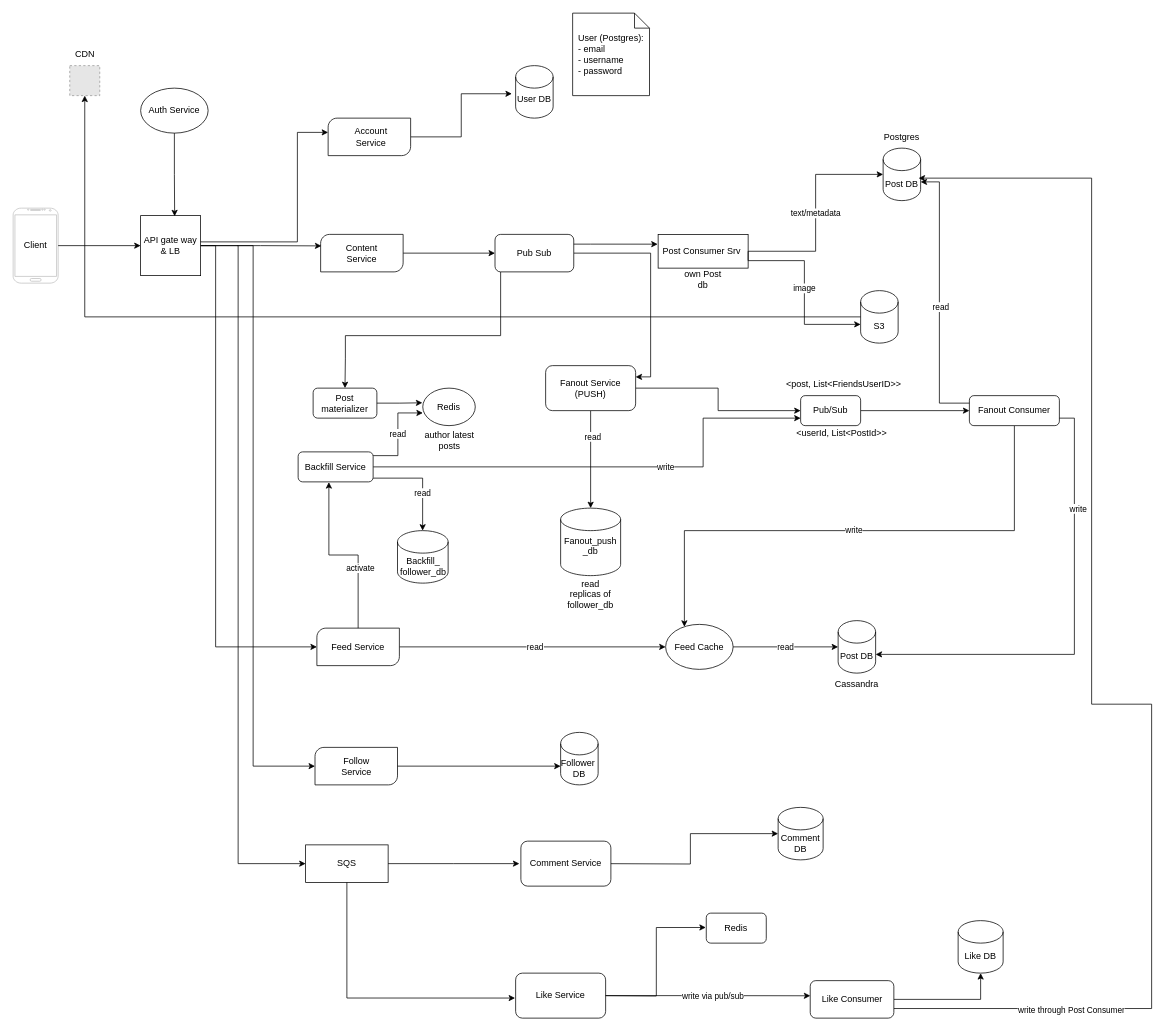
hohoho1886/Instagram keeps this draw.io diagram as page "High Level Architecture" (1 of 2) of server/diagram/insta.drawio. Above is the earlier version. Source tidied: cells renumbered, new cells numbered last; positions are measured from the earlier drawing's top-left corner, leaving out a move shared by most shapes. Both pictures are drawn from the tidied source at 75%, with x=0, y=0 at pixel (13, 13). Pictures stored in the file or linked from it are replaced by grey dashed boxes.
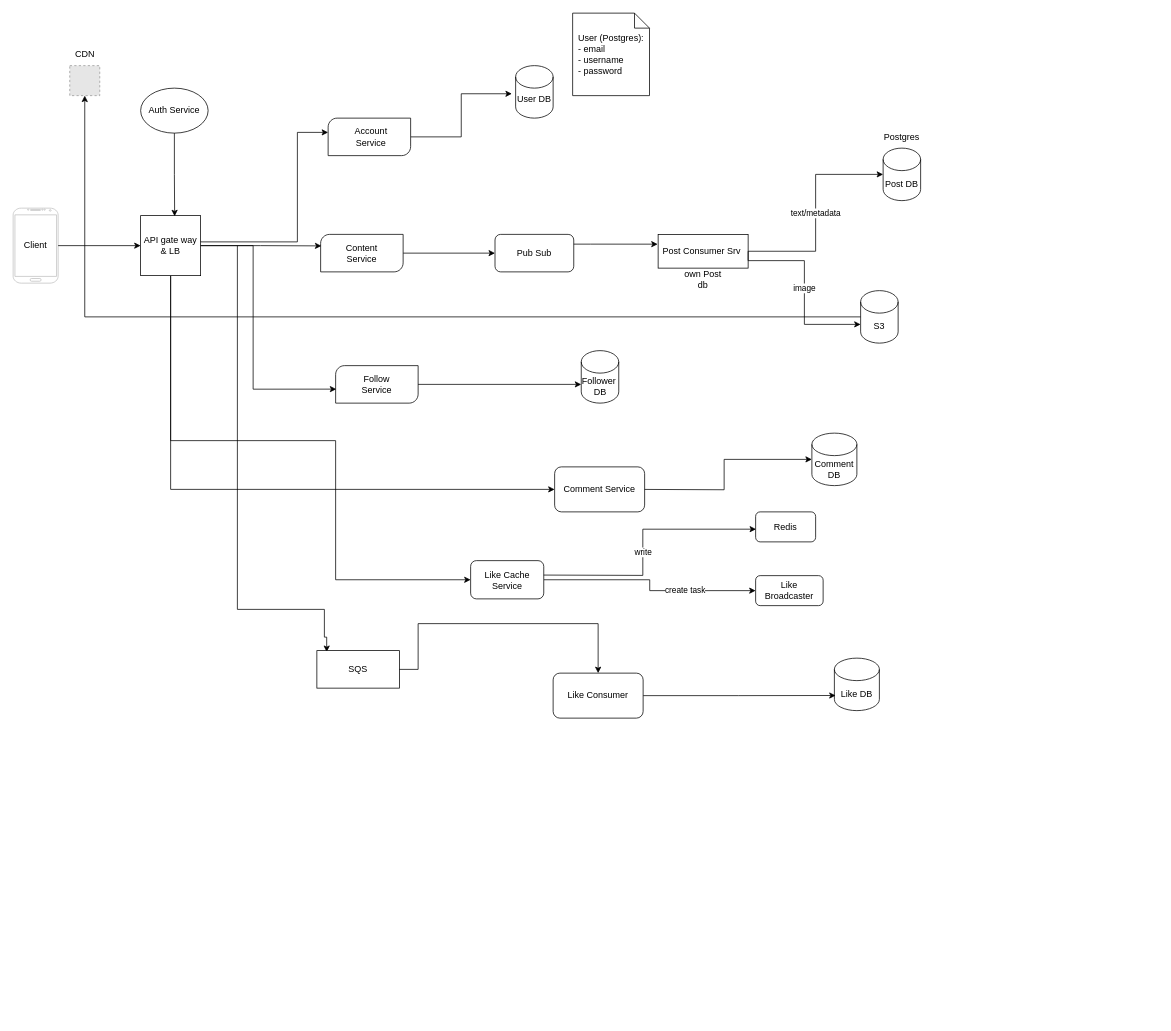
After the change.

The change refers to these unchanged cells:
```xml
<mxCell id="18" value="Post DB" style="shape=cylinder3;whiteSpace=wrap;html=1;boundedLbl=1;backgroundOutline=1;size=15;" parent="1" vertex="1">
  <mxGeometry x="1160" y="180" width="50" height="70" as="geometry" />
</mxCell>
<mxCell id="22" style="rounded=1;whiteSpace=wrap;html=1;labelPosition=center;verticalLabelPosition=bottom;align=center;verticalAlign=top;" parent="1" vertex="1">
  <mxGeometry x="642.5" y="295" width="105" height="50" as="geometry" />
</mxCell>
<mxCell id="65" value="API gate way &amp;amp; LB" style="whiteSpace=wrap;html=1;" parent="1" vertex="1">
  <mxGeometry x="170" y="270" width="80" height="80" as="geometry" />
</mxCell>
```

What changed in the source:
```diff
@@
-<mxGraphModel background="#ffffff">
+<mxGraphModel>
@@
-    <mxCell id="4" style="edgeStyle=orthogonalEdgeStyle;rounded=0;jettySize=auto;html=1;entryX=0;entryY=0.5;entryDx=0;entryDy=0;" parent="1" edge="1" target="33">
+    <mxCell id="4" style="edgeStyle=orthogonalEdgeStyle;rounded=0;jettySize=auto;html=1;entryX=0.119;entryY=0.036;entryDx=0;entryDy=0;entryPerimeter=0;" parent="1" edge="1" target="33">
       <mxGeometry relative="1" as="geometry">
         <mxPoint x="299" y="310" as="sourcePoint" />
         <Array as="points">
-          <mxPoint x="300" y="310" />
-          <mxPoint x="300" y="1134" />
+          <mxPoint x="299" y="795" />
+          <mxPoint x="415" y="795" />
+          <mxPoint x="415" y="832" />
         </Array>
       </mxGeometry>
     </mxCell>
@@
-    <mxCell id="8" value="r&lt;span style=&quot;background-color: light-dark(#ffffff, var(--ge-dark-color, #121212)); color: light-dark(rgb(0, 0, 0), rgb(255, 255, 255));&quot;&gt;ead&lt;/span&gt;" style="edgeStyle=orthogonalEdgeStyle;rounded=0;jettySize=auto;html=1;exitX=1;exitY=0.5;exitDx=0;exitDy=0;exitPerimeter=0;entryX=0;entryY=0.5;entryDx=0;entryDy=0;" parent="1" edge="1" source="9" target="36">
-      <mxGeometry x="0.02" relative="1" as="geometry" />
-    </mxCell>
-    <mxCell id="9" value="Feed Service" style="verticalLabelPosition=middle;verticalAlign=middle;html=1;shape=mxgraph.basic.diag_round_rect;dx=6;whiteSpace=wrap;labelPosition=center;align=center;" parent="1" vertex="1">
-      <mxGeometry x="405" y="820" width="110" height="50" as="geometry" />
-    </mxCell>
@@
     <mxCell id="12" style="verticalLabelPosition=bottom;verticalAlign=top;html=1;shape=mxgraph.basic.diag_round_rect;dx=6;whiteSpace=wrap;" parent="1" vertex="1">
-      <mxGeometry x="402.5" y="979" width="110" height="50" as="geometry" />
+      <mxGeometry x="430" y="470" width="110" height="50" as="geometry" />
     </mxCell>
@@
     <mxCell id="15" value="Follow Service" style="text;html=1;whiteSpace=wrap;strokeColor=none;fillColor=none;align=center;verticalAlign=middle;rounded=0;" parent="1" vertex="1">
-      <mxGeometry x="427.5" y="989" width="60" height="30" as="geometry" />
+      <mxGeometry x="455" y="480" width="60" height="30" as="geometry" />
     </mxCell>
@@
-    <mxCell id="20" style="edgeStyle=orthogonalEdgeStyle;rounded=0;jettySize=auto;html=1;exitX=1;exitY=0.5;exitDx=0;exitDy=0;entryX=1;entryY=0.25;entryDx=0;entryDy=0;" parent="1" edge="1" source="22" target="40">
-      <mxGeometry relative="1" as="geometry" />
-    </mxCell>
-    <mxCell id="21" style="edgeStyle=orthogonalEdgeStyle;rounded=0;jettySize=auto;html=1;entryX=0.5;entryY=0;entryDx=0;entryDy=0;" parent="1" edge="1" source="22" target="53">
-      <mxGeometry relative="1" as="geometry">
-        <Array as="points">
-          <mxPoint x="650" y="430" />
-          <mxPoint x="443" y="430" />
-          <mxPoint x="443" y="460" />
-        </Array>
-      </mxGeometry>
-    </mxCell>
@@
     <mxCell id="28" value="Follower&amp;nbsp;&lt;div&gt;&lt;span style=&quot;background-color: transparent; color: light-dark(rgb(0, 0, 0), rgb(255, 255, 255));&quot;&gt;DB&lt;/span&gt;&lt;/div&gt;" style="shape=cylinder3;whiteSpace=wrap;html=1;boundedLbl=1;backgroundOutline=1;size=15;" parent="1" vertex="1">
-      <mxGeometry x="730" y="959" width="50" height="70" as="geometry" />
+      <mxGeometry x="757.5" y="450" width="50" height="70" as="geometry" />
     </mxCell>
@@
     <mxCell id="30" value="Comment&lt;div&gt;DB&lt;/div&gt;" style="shape=cylinder3;whiteSpace=wrap;html=1;boundedLbl=1;backgroundOutline=1;size=15;" parent="1" vertex="1">
-      <mxGeometry x="1020" y="1059" width="60" height="70" as="geometry" />
+      <mxGeometry x="1065" y="560" width="60" height="70" as="geometry" />
     </mxCell>
     <mxCell id="31" value="Like DB" style="shape=cylinder3;whiteSpace=wrap;html=1;boundedLbl=1;backgroundOutline=1;size=15;" parent="1" vertex="1">
-      <mxGeometry x="1260" y="1210" width="60" height="70" as="geometry" />
+      <mxGeometry x="1095" y="860" width="60" height="70" as="geometry" />
     </mxCell>
     <mxCell id="32" style="edgeStyle=orthogonalEdgeStyle;rounded=0;jettySize=auto;html=1;entryX=0;entryY=0.5;entryDx=0;entryDy=0;entryPerimeter=0;exitX=1;exitY=0.5;exitDx=0;exitDy=0;exitPerimeter=0;" parent="1" edge="1" target="30">
       <mxGeometry relative="1" as="geometry">
-        <mxPoint x="785" y="1134" as="sourcePoint" />
+        <mxPoint x="830" y="635" as="sourcePoint" />
       </mxGeometry>
     </mxCell>
     <mxCell id="33" value="SQS" style="rounded=0;whiteSpace=wrap;html=1;" parent="1" vertex="1">
-      <mxGeometry x="390" y="1109" width="110" height="50" as="geometry" />
+      <mxGeometry x="405" y="850" width="110" height="50" as="geometry" />
     </mxCell>
-    <mxCell id="34" style="edgeStyle=orthogonalEdgeStyle;rounded=0;jettySize=auto;html=1;exitX=1;exitY=0.5;exitDx=0;exitDy=0;entryX=0;entryY=0.5;entryDx=0;entryDy=0;entryPerimeter=0;" parent="1" edge="1" source="33">
-      <mxGeometry relative="1" as="geometry">
-        <mxPoint x="675" y="1134" as="targetPoint" />
-      </mxGeometry>
-    </mxCell>
-    <mxCell id="35" value="Post DB" style="shape=cylinder3;whiteSpace=wrap;html=1;boundedLbl=1;backgroundOutline=1;size=15;" parent="1" vertex="1">
-      <mxGeometry x="1100" y="810" width="50" height="70" as="geometry" />
-    </mxCell>
-    <mxCell id="36" value="Feed Cache" style="ellipse;whiteSpace=wrap;html=1;" parent="1" vertex="1">
-      <mxGeometry x="870" y="815" width="90" height="60" as="geometry" />
-    </mxCell>
-    <mxCell id="37" style="edgeStyle=orthogonalEdgeStyle;rounded=0;jettySize=auto;html=1;entryX=0;entryY=0.5;entryDx=0;entryDy=0;" parent="1" edge="1" source="40" target="42">
-      <mxGeometry relative="1" as="geometry" />
-    </mxCell>
-    <mxCell id="38" style="edgeStyle=orthogonalEdgeStyle;rounded=0;jettySize=auto;html=1;" parent="1" edge="1" source="40" target="79">
-      <mxGeometry relative="1" as="geometry" />
-    </mxCell>
-    <mxCell id="39" value="read" style="edgeLabel;html=1;align=center;verticalAlign=middle;" parent="38" vertex="1">
-      <mxGeometry x="-0.48" y="2" relative="1" as="geometry" />
-    </mxCell>
-    <mxCell id="40" value="Fanout Service (PUSH)" style="rounded=1;whiteSpace=wrap;html=1;" parent="1" vertex="1">
-      <mxGeometry x="710" y="470" width="120" height="60" as="geometry" />
-    </mxCell>
-    <mxCell id="41" style="edgeStyle=orthogonalEdgeStyle;rounded=0;jettySize=auto;html=1;exitX=1;exitY=0.5;exitDx=0;exitDy=0;" parent="1" edge="1" source="42" target="45">
-      <mxGeometry relative="1" as="geometry" />
-    </mxCell>
-    <mxCell id="42" value="Pub/Sub" style="rounded=1;whiteSpace=wrap;html=1;labelPosition=center;verticalLabelPosition=middle;align=center;verticalAlign=middle;" parent="1" vertex="1">
-      <mxGeometry x="1050" y="510" width="80" height="40" as="geometry" />
-    </mxCell>
-    <mxCell id="43" value="&amp;lt;post, List&amp;lt;FriendsUserID&amp;gt;&amp;gt;" style="text;html=1;whiteSpace=wrap;strokeColor=none;fillColor=none;align=left;verticalAlign=middle;rounded=0;" parent="1" vertex="1">
-      <mxGeometry x="1028.5" y="480" width="180" height="30" as="geometry" />
-    </mxCell>
-    <mxCell id="44" value="write" style="edgeStyle=orthogonalEdgeStyle;rounded=0;jettySize=auto;html=1;" parent="1" edge="1" source="45" target="36">
-      <mxGeometry relative="1" as="geometry">
-        <Array as="points">
-          <mxPoint x="1335" y="690" />
-          <mxPoint x="895" y="690" />
-        </Array>
-      </mxGeometry>
-    </mxCell>
-    <mxCell id="45" value="Fanout Consumer" style="rounded=1;whiteSpace=wrap;html=1;" parent="1" vertex="1">
-      <mxGeometry x="1275" y="510" width="120" height="40" as="geometry" />
-    </mxCell>
-    <mxCell id="46" style="edgeStyle=orthogonalEdgeStyle;rounded=0;jettySize=auto;html=1;entryX=1;entryY=0;entryDx=0;entryDy=45;entryPerimeter=0;" parent="1" edge="1" source="45" target="18">
-      <mxGeometry relative="1" as="geometry">
-        <Array as="points">
-          <mxPoint x="1235" y="520" />
-          <mxPoint x="1235" y="225" />
-        </Array>
-      </mxGeometry>
-    </mxCell>
-    <mxCell id="47" value="read" style="edgeLabel;html=1;align=center;verticalAlign=middle;" parent="46" vertex="1">
-      <mxGeometry x="-0.06" y="-1" relative="1" as="geometry" />
-    </mxCell>
-    <mxCell id="48" value="read" style="edgeStyle=orthogonalEdgeStyle;rounded=0;jettySize=auto;html=1;entryX=0;entryY=0.5;entryDx=0;entryDy=0;entryPerimeter=0;" parent="1" edge="1" source="36" target="35">
-      <mxGeometry relative="1" as="geometry" />
-    </mxCell>
-    <mxCell id="49" style="edgeStyle=orthogonalEdgeStyle;rounded=0;jettySize=auto;html=1;exitX=1;exitY=0.5;exitDx=0;exitDy=0;entryX=0;entryY=0.75;entryDx=0;entryDy=0;" parent="1" edge="1" source="52" target="42">
-      <mxGeometry relative="1" as="geometry">
-        <Array as="points">
-          <mxPoint x="920" y="605" />
-          <mxPoint x="920" y="540" />
-        </Array>
-      </mxGeometry>
-    </mxCell>
-    <mxCell id="50" value="write" style="edgeLabel;html=1;align=center;verticalAlign=middle;" parent="49" vertex="1">
-      <mxGeometry x="0.09" relative="1" as="geometry">
-        <mxPoint x="43" as="offset" />
-      </mxGeometry>
-    </mxCell>
-    <mxCell id="51" value="read" style="edgeStyle=orthogonalEdgeStyle;rounded=0;jettySize=auto;html=1;" parent="1" edge="1" source="52" target="80">
-      <mxGeometry x="0.26" relative="1" as="geometry">
-        <Array as="points">
-          <mxPoint x="546" y="620" />
-        </Array>
-      </mxGeometry>
-    </mxCell>
-    <mxCell id="52" value="Backfill Service" style="rounded=1;whiteSpace=wrap;html=1;" parent="1" vertex="1">
-      <mxGeometry x="380" y="585" width="100" height="40" as="geometry" />
-    </mxCell>
-    <mxCell id="53" value="Post materializer" style="rounded=1;whiteSpace=wrap;html=1;" parent="1" vertex="1">
-      <mxGeometry x="400" y="500" width="85" height="40" as="geometry" />
-    </mxCell>
-    <mxCell id="54" value="Redis" style="ellipse;whiteSpace=wrap;html=1;" parent="1" vertex="1">
-      <mxGeometry x="546.2" y="500" width="70" height="50" as="geometry" />
-    </mxCell>
-    <mxCell id="55" value="author latest posts" style="text;html=1;whiteSpace=wrap;strokeColor=none;fillColor=none;align=center;verticalAlign=middle;rounded=0;" parent="1" vertex="1">
-      <mxGeometry x="542.5" y="555" width="77.5" height="30" as="geometry" />
-    </mxCell>
-    <mxCell id="56" value="&amp;lt;userId, List&amp;lt;PostId&amp;gt;&amp;gt;" style="text;html=1;whiteSpace=wrap;strokeColor=none;fillColor=none;align=center;verticalAlign=middle;rounded=0;" parent="1" vertex="1">
-      <mxGeometry x="1040" y="545" width="130" height="30" as="geometry" />
-    </mxCell>
-    <mxCell id="57" value="read" style="edgeStyle=orthogonalEdgeStyle;rounded=0;jettySize=auto;html=1;entryX=0.001;entryY=0.662;entryDx=0;entryDy=0;entryPerimeter=0;" parent="1" edge="1" source="52" target="54">
-      <mxGeometry relative="1" as="geometry">
-        <Array as="points">
-          <mxPoint x="513" y="590" />
-          <mxPoint x="513" y="533" />
-        </Array>
-      </mxGeometry>
-    </mxCell>
-    <mxCell id="58" style="edgeStyle=orthogonalEdgeStyle;rounded=0;jettySize=auto;html=1;entryX=-0.008;entryY=0.391;entryDx=0;entryDy=0;entryPerimeter=0;" parent="1" edge="1" source="53" target="54">
-      <mxGeometry relative="1" as="geometry" />
-    </mxCell>
-    <mxCell id="59" value="write" style="edgeStyle=orthogonalEdgeStyle;rounded=0;jettySize=auto;html=1;exitX=1;exitY=0.75;exitDx=0;exitDy=0;entryX=1;entryY=0;entryDx=0;entryDy=45;entryPerimeter=0;" parent="1" edge="1" source="45" target="35">
-      <mxGeometry x="-0.53" y="5" relative="1" as="geometry" />
-    </mxCell>
@@
-    <mxCell id="61" style="edgeStyle=orthogonalEdgeStyle;rounded=0;jettySize=auto;html=1;entryX=0.41;entryY=1.01;entryDx=0;entryDy=0;entryPerimeter=0;" parent="1" edge="1" source="9" target="52">
-      <mxGeometry relative="1" as="geometry" />
-    </mxCell>
-    <mxCell id="62" value="activate" style="edgeLabel;html=1;align=center;verticalAlign=middle;" parent="61" vertex="1">
-      <mxGeometry x="-0.31" y="-2" relative="1" as="geometry" />
-    </mxCell>
-    <mxCell id="63" style="edgeStyle=orthogonalEdgeStyle;rounded=0;jettySize=auto;html=1;entryX=0;entryY=0.5;entryDx=0;entryDy=0;entryPerimeter=0;exitX=1;exitY=0.5;exitDx=0;exitDy=0;" parent="1" edge="1" source="65" target="12">
+    <mxCell id="63" style="edgeStyle=orthogonalEdgeStyle;rounded=0;jettySize=auto;html=1;entryX=0.008;entryY=0.627;entryDx=0;entryDy=0;entryPerimeter=0;exitX=1;exitY=0.5;exitDx=0;exitDy=0;" parent="1" edge="1" source="65" target="12">
       <mxGeometry relative="1" as="geometry">
         <Array as="points">
           <mxPoint x="320" y="310" />
-          <mxPoint x="320" y="1004" />
+          <mxPoint x="320" y="501" />
         </Array>
       </mxGeometry>
     </mxCell>
-    <mxCell id="64" style="edgeStyle=orthogonalEdgeStyle;rounded=0;jettySize=auto;html=1;exitX=1;exitY=0.5;exitDx=0;exitDy=0;entryX=0;entryY=0.5;entryDx=0;entryDy=0;entryPerimeter=0;" parent="1" edge="1" source="65" target="9">
-      <mxGeometry relative="1" as="geometry">
-        <Array as="points">
-          <mxPoint x="270" y="310" />
-          <mxPoint x="270" y="845" />
-        </Array>
-      </mxGeometry>
-    </mxCell>
+    <mxCell id="90" style="edgeStyle=orthogonalEdgeStyle;rounded=0;jettySize=auto;html=1;entryX=0;entryY=0.5;entryDx=0;entryDy=0;" parent="1" edge="1" source="65" target="82">
+      <mxGeometry relative="1" as="geometry">
+        <Array as="points">
+          <mxPoint x="210" y="635" />
+        </Array>
+      </mxGeometry>
+    </mxCell>
+    <mxCell id="91" style="edgeStyle=orthogonalEdgeStyle;rounded=0;jettySize=auto;html=1;entryX=0;entryY=0.5;entryDx=0;entryDy=0;" parent="1" edge="1" source="65" target="95">
+      <mxGeometry relative="1" as="geometry">
+        <Array as="points">
+          <mxPoint x="210" y="570" />
+          <mxPoint x="430" y="570" />
+          <mxPoint x="430" y="756" />
+        </Array>
+      </mxGeometry>
+    </mxCell>
@@
-    <mxCell id="70" style="edgeStyle=orthogonalEdgeStyle;rounded=0;orthogonalLoop=1;jettySize=auto;html=1;entryX=0.986;entryY=0.408;entryDx=0;entryDy=0;entryPerimeter=0;exitX=1.018;exitY=0.515;exitDx=0;exitDy=0;exitPerimeter=0;" parent="1" edge="1">
-      <mxGeometry x="0.01" y="-10" relative="1" as="geometry">
-        <mxPoint x="1174.2" y="1327.2" as="sourcePoint" />
-        <mxPoint x="1207.3" y="220" as="targetPoint" />
-        <Array as="points">
-          <mxPoint x="1518" y="1327.4" />
-          <mxPoint x="1518" y="921.4" />
-          <mxPoint x="1438" y="921.4" />
-          <mxPoint x="1438" y="220.4" />
-        </Array>
-      </mxGeometry>
-    </mxCell>
-    <mxCell id="71" value="write through Post Consumer" style="edgeLabel;html=1;align=center;verticalAlign=middle;" parent="70" vertex="1">
-      <mxGeometry x="-0.74" y="-1" relative="1" as="geometry">
-        <mxPoint x="7" as="offset" />
-      </mxGeometry>
-    </mxCell>
     <mxCell id="72" value="Redis" style="rounded=1;whiteSpace=wrap;html=1;" parent="1" vertex="1">
-      <mxGeometry x="924.2" y="1200" width="80" height="40" as="geometry" />
+      <mxGeometry x="990" y="665" width="80" height="40" as="geometry" />
     </mxCell>
@@
-    <mxCell id="77" value="Cassandra" style="text;html=1;whiteSpace=wrap;strokeColor=none;fillColor=none;align=center;verticalAlign=middle;rounded=0;" parent="1" vertex="1">
-      <mxGeometry x="1095" y="880" width="60" height="30" as="geometry" />
-    </mxCell>
@@
-    <mxCell id="79" value="Fanout_push&lt;div&gt;_db&lt;div&gt;&lt;br&gt;&lt;/div&gt;&lt;/div&gt;" style="shape=cylinder3;whiteSpace=wrap;html=1;boundedLbl=1;backgroundOutline=1;size=15;" parent="1" vertex="1">
-      <mxGeometry x="730" y="660" width="80" height="90" as="geometry" />
-    </mxCell>
-    <mxCell id="80" value="Backfill_&lt;div&gt;follower_db&lt;/div&gt;" style="shape=cylinder3;whiteSpace=wrap;html=1;boundedLbl=1;backgroundOutline=1;size=15;" parent="1" vertex="1">
-      <mxGeometry x="512.5" y="690" width="67.5" height="70" as="geometry" />
-    </mxCell>
+    <mxCell id="92" style="edgeStyle=orthogonalEdgeStyle;rounded=0;jettySize=auto;html=1;exitX=1;exitY=0.5;exitDx=0;exitDy=0;entryX=0.028;entryY=0.712;entryDx=0;entryDy=0;entryPerimeter=0;" parent="1" edge="1" source="81" target="31">
+      <mxGeometry relative="1" as="geometry" />
+    </mxCell>
-    <mxCell id="81" value="Like Service" style="rounded=1;whiteSpace=wrap;html=1;" parent="1" vertex="1">
-      <mxGeometry x="670" y="1280" width="120" height="60" as="geometry" />
+    <mxCell id="81" value="Like Consumer" style="rounded=1;whiteSpace=wrap;html=1;" parent="1" vertex="1">
+      <mxGeometry x="720" y="880" width="120" height="60" as="geometry" />
     </mxCell>
     <mxCell id="82" value="Comment Service" style="rounded=1;whiteSpace=wrap;html=1;" parent="1" vertex="1">
-      <mxGeometry x="677" y="1104" width="120" height="60" as="geometry" />
+      <mxGeometry x="722" y="605" width="120" height="60" as="geometry" />
     </mxCell>
-    <mxCell id="83" style="edgeStyle=orthogonalEdgeStyle;rounded=0;jettySize=auto;html=1;entryX=-0.008;entryY=0.479;entryDx=0;entryDy=0;entryPerimeter=0;" parent="1" edge="1" target="72">
+    <mxCell id="83" value="write" style="edgeStyle=orthogonalEdgeStyle;rounded=0;jettySize=auto;html=1;entryX=0.007;entryY=0.577;entryDx=0;entryDy=0;entryPerimeter=0;exitX=1;exitY=0.5;exitDx=0;exitDy=0;" parent="1" edge="1" target="72">
       <mxGeometry relative="1" as="geometry">
-        <mxPoint x="790" y="1310" as="sourcePoint" />
+        <mxPoint x="688.1" y="749.2" as="sourcePoint" />
       </mxGeometry>
     </mxCell>
-    <mxCell id="84" style="edgeStyle=orthogonalEdgeStyle;rounded=0;jettySize=auto;html=1;" parent="1" edge="1" source="85" target="31">
-      <mxGeometry relative="1" as="geometry" />
-    </mxCell>
-    <mxCell id="85" value="Like Consumer" style="rounded=1;whiteSpace=wrap;html=1;" parent="1" vertex="1">
-      <mxGeometry x="1062.8" y="1290" width="111.5" height="50" as="geometry" />
-    </mxCell>
-    <mxCell id="86" style="edgeStyle=orthogonalEdgeStyle;rounded=0;jettySize=auto;html=1;entryX=-0.006;entryY=0.554;entryDx=0;entryDy=0;entryPerimeter=0;" parent="1" edge="1" source="33" target="81">
+    <mxCell id="86" style="edgeStyle=orthogonalEdgeStyle;rounded=0;jettySize=auto;html=1;" parent="1" edge="1" source="33" target="81">
       <mxGeometry relative="1" as="geometry">
         <Array as="points">
-          <mxPoint x="445" y="1313" />
+          <mxPoint x="540" y="875" />
+          <mxPoint x="540" y="814" />
+          <mxPoint x="780" y="814" />
         </Array>
       </mxGeometry>
     </mxCell>
-    <mxCell id="87" style="edgeStyle=orthogonalEdgeStyle;rounded=0;jettySize=auto;html=1;entryX=0.001;entryY=0.404;entryDx=0;entryDy=0;entryPerimeter=0;" parent="1" edge="1" source="81" target="85">
-      <mxGeometry relative="1" as="geometry" />
-    </mxCell>
-    <mxCell id="88" value="write via pub/sub" style="edgeLabel;html=1;align=center;verticalAlign=middle;" parent="87" vertex="1">
-      <mxGeometry x="0.05" relative="1" as="geometry" />
-    </mxCell>
-    <mxCell id="89" value="read replicas of follower_db" style="text;html=1;whiteSpace=wrap;strokeColor=none;fillColor=none;align=center;verticalAlign=middle;rounded=0;" parent="1" vertex="1">
-      <mxGeometry x="740" y="760" width="60" height="30" as="geometry" />
-    </mxCell>
+    <mxCell id="93" style="edgeStyle=orthogonalEdgeStyle;rounded=0;jettySize=auto;html=1;" parent="1" edge="1" source="95" target="96">
+      <mxGeometry relative="1" as="geometry" />
+    </mxCell>
+    <mxCell id="94" value="create task" style="edgeLabel;html=1;align=center;verticalAlign=middle;" parent="93" vertex="1">
+      <mxGeometry x="0.36" y="2" relative="1" as="geometry" />
+    </mxCell>
+    <mxCell id="95" value="Like Cache Service" style="rounded=1;whiteSpace=wrap;html=1;" parent="1" vertex="1">
+      <mxGeometry x="610" y="730" width="97.5" height="51" as="geometry" />
+    </mxCell>
+    <mxCell id="96" value="Like Broadcaster" style="rounded=1;whiteSpace=wrap;html=1;" parent="1" vertex="1">
+      <mxGeometry x="990" y="750" width="90" height="40" as="geometry" />
+    </mxCell>
```
